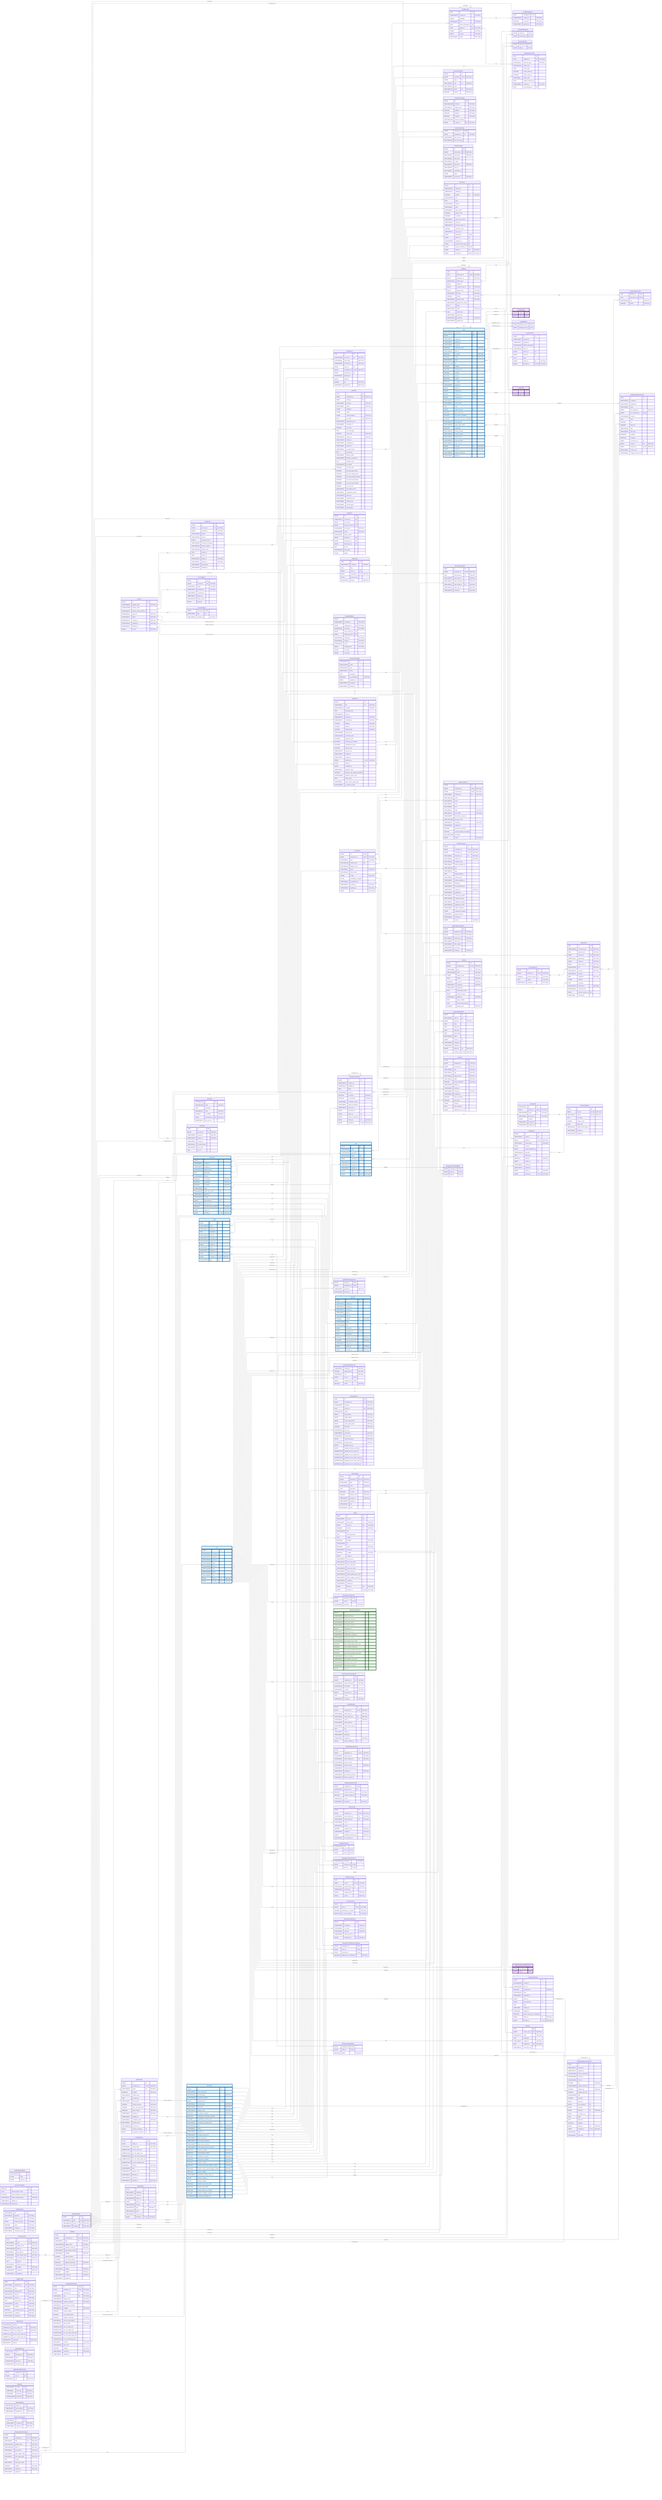
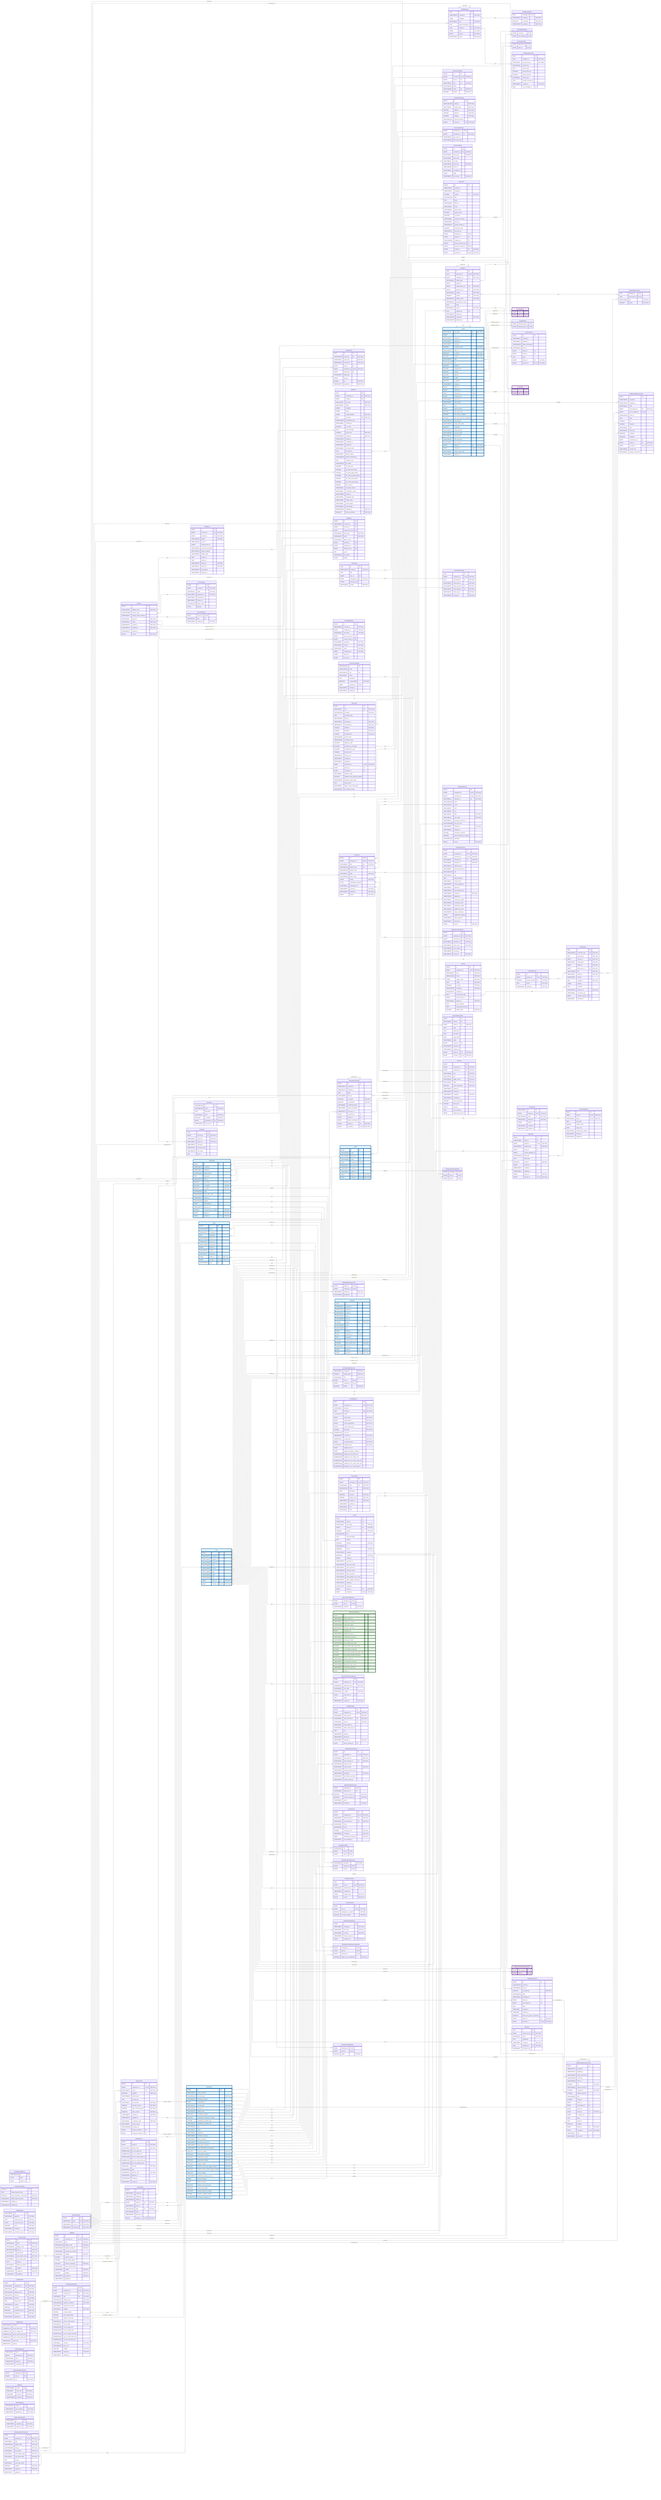
---
config:
    layout: elk
---
erDiagram
    %% Generated automatically from PostgreSQL database schema
    %% using scripts/generate-mermaid-erd.ts
    %% To regenerate: pnpm run db:generate-erd-docs

    direction LR

    Account {
        BIGINT id PK
        VARCHAR(255) display_name "NOT NULL"
        USER-DEFINED primary_email
        TIMESTAMPTZ primary_email_verified_at
        VARCHAR(16) app_role "NOT NULL"
        VARCHAR(16) status "NOT NULL"
        TIMESTAMPTZ created_at "NOT NULL"
        TIMESTAMPTZ updated_at "NOT NULL"
        TIMESTAMPTZ deleted_at
        BIGINT version "NOT NULL"
    }

    AccountExport {
        BIGINT id PK
        BIGINT account_id FK "NOT NULL"
        VARCHAR(16) status "NOT NULL"
        TIMESTAMPTZ requested_at "NOT NULL"
        TIMESTAMPTZ completed_at
        TIMESTAMPTZ expires_at
        VARCHAR(128) failure_reason
        BYTEA payload
    }

    AccountFeature {
        BIGINT account_id PK,FK
        VARCHAR(64) flag PK
        TIMESTAMPTZ enabled_at "NOT NULL"
    }

    ActivityEvent {
        UUID id PK
        VARCHAR(255) event_key UK "NOT NULL"
        VARCHAR(64) event_type "NOT NULL"
        TIMESTAMPTZ occurred_at "NOT NULL"
        BIGINT actor_id FK
        BIGINT workspace_id FK,UK "NOT NULL"
        BIGINT repository_id FK
        VARCHAR(32) target_type
        BIGINT target_id
        DOUBLE xp "NOT NULL"
        TIMESTAMPTZ ingested_at "NOT NULL"
    }

    AgentConfig {
        BIGINT id PK
        BIGINT workspace_id FK,UK "NOT NULL"
        VARCHAR(100) name UK "NOT NULL"
        BOOLEAN enabled "NOT NULL"
        VARCHAR(128) model_name
        TEXT llm_api_key
        VARCHAR(32) llm_provider "NOT NULL"
        INTEGER timeout_seconds "NOT NULL"
        INTEGER max_concurrent_jobs "NOT NULL"
        BOOLEAN allow_internet "NOT NULL"
        TIMESTAMPTZ created_at "NOT NULL"
        TIMESTAMPTZ updated_at
        VARCHAR(16) credential_mode "NOT NULL"
        VARCHAR(50) model_version
        VARCHAR(2048) llm_base_url
        BIGINT instance_model_id FK
        BIGINT workspace_model_id FK
    }

    AgentJob {
        UUID id PK
        BIGINT workspace_id FK "NOT NULL"
        BIGINT config_id FK
        VARCHAR(50) job_type "NOT NULL"
        VARCHAR(20) status "NOT NULL"
        JSONB metadata
        JSONB output
        JSONB config_snapshot "NOT NULL"
        TEXT job_token UK "NOT NULL"
        VARCHAR(255) idempotency_key
        VARCHAR(64) container_id
        INTEGER exit_code
        TEXT error_message
        INTEGER retry_count "NOT NULL"
        TIMESTAMPTZ created_at "NOT NULL"
        TIMESTAMPTZ started_at
        TIMESTAMPTZ completed_at
        VARCHAR(64) network_id
        VARCHAR(64) job_token_hash
        TEXT llm_api_key
        VARCHAR(20) delivery_status
        VARCHAR(255) delivery_comment_id
        TEXT container_logs
        VARCHAR(100) llm_model
        INTEGER llm_total_calls
        INTEGER llm_total_input_tokens
        INTEGER llm_total_output_tokens
        INTEGER llm_total_reasoning_tokens
        INTEGER llm_cache_read_tokens
        INTEGER llm_cache_write_tokens
        DOUBLE llm_cost_usd
        VARCHAR(50) llm_model_version
        VARCHAR(32) cancellation_reason
        VARCHAR(255) worker_id
        VARCHAR(48) integration_kind
        VARCHAR(48) subject_class
        VARCHAR(64) prompt_digest
        VARCHAR(64) inputs_digest
+         TIMESTAMPTZ available_at "NOT NULL"
+         SMALLINT delivery_attempts "NOT NULL"
    }

    AuthEvent {
        BIGINT id PK
        TIMESTAMPTZ occurred_at PK
        BIGINT account_id FK
        BIGINT acting_account_id FK
        VARCHAR(48) event_type "NOT NULL"
        VARCHAR(16) result "NOT NULL"
        VARCHAR(64) failure_reason
        BIGINT provider_id FK
        BIGINT workspace_id FK
        BIGINT identity_link_id FK
        INET ip_inet
        VARCHAR(512) user_agent
        JSONB details
    }

    AuthRateLimitBucket {
        VARCHAR(255) id PK
        BYTEA state
        BIGINT expires_at
    }

    ChatMessage {
        UUID id PK
        TIMESTAMPTZ created_at "NOT NULL"
        JSONB metadata
        VARCHAR(16) role "NOT NULL"
        UUID parent_message_id FK
        UUID thread_id FK "NOT NULL"
        JSONB parts "NOT NULL"
        BIGINT version "NOT NULL"
        VARCHAR(16) status "NOT NULL"
    }

    ChatMessageVote {
        UUID message_id PK,FK
        TIMESTAMPTZ created_at "NOT NULL"
        BOOLEAN is_upvoted "NOT NULL"
        TIMESTAMPTZ updated_at "NOT NULL"
    }

    ChatThread {
        UUID id PK
        TIMESTAMPTZ created_at "NOT NULL"
        TEXT title
        BIGINT user_id FK
        BIGINT workspace_id FK "NOT NULL"
        BYTEA session_jsonl
        VARCHAR(16) surface "NOT NULL"
    }

    CommitContributor {
        BIGINT id PK
        BIGINT commit_id FK,UK "NOT NULL"
        BIGINT user_id FK
        VARCHAR(32) role UK "NOT NULL"
        VARCHAR(255) name
        VARCHAR(255) email UK "NOT NULL"
        INTEGER ordinal "NOT NULL"
    }

    CommitFileChange {
        BIGINT id PK
        VARCHAR(1024) filename "NOT NULL"
        VARCHAR(32) change_type "NOT NULL"
        INTEGER additions "NOT NULL"
        INTEGER deletions "NOT NULL"
        INTEGER changes "NOT NULL"
        VARCHAR(1024) previous_filename
        BIGINT commit_id FK "NOT NULL"
    }

    CommitPullRequest {
        BIGINT commit_id PK,FK
        BIGINT pull_request_id PK,FK
    }

    ConfigAuditEvent {
        BIGINT id PK
        TIMESTAMPTZ occurred_at "NOT NULL"
        BIGINT workspace_id FK "NOT NULL"
        VARCHAR(16) actor_kind "NOT NULL"
        BIGINT actor_account_id FK
        BIGINT acting_account_id FK
        VARCHAR(48) entity_type "NOT NULL"
        VARCHAR(64) entity_id "NOT NULL"
        VARCHAR(16) action "NOT NULL"
        ARRAY changed_keys "NOT NULL"
        JSONB old_value
        JSONB new_value
    }

    Connection {
        BIGINT id PK,UK
        BIGINT workspace_id FK,UK "NOT NULL"
        VARCHAR(48) kind UK "NOT NULL"
        VARCHAR(128) instance_key UK
        VARCHAR(256) display_name
        VARCHAR(32) state "NOT NULL"
        VARCHAR(512) state_reason
        JSONB config "NOT NULL"
        BYTEA credentials_encrypted
        VARCHAR(64) credentials_alg
        TIMESTAMPTZ created_at "NOT NULL"
        TIMESTAMPTZ updated_at "NOT NULL"
        BIGINT version "NOT NULL"
    }

    ConnectionActivity {
        BIGINT connection_id PK,FK
        BIGINT workspace_id FK "NOT NULL"
        TIMESTAMPTZ last_event_at
        VARCHAR(128) last_event_type
    }

    ConnectionAudit {
        BIGINT id PK
        BIGINT connection_id FK "NOT NULL"
        VARCHAR(48) event_type "NOT NULL"
        VARCHAR(32) from_state
        VARCHAR(32) to_state
        VARCHAR(32) actor_kind "NOT NULL"
        VARCHAR(256) actor_ref
        VARCHAR(64) correlation_id
        JSONB detail
        TIMESTAMPTZ occurred_at "NOT NULL"
    }

    Discussion {
        BIGINT id PK
        TIMESTAMPTZ created_at
        TIMESTAMPTZ updated_at
        INTEGER number UK "NOT NULL"
        VARCHAR(1024) title
        TEXT body
        VARCHAR(512) html_url
        VARCHAR(16) state
        VARCHAR(32) state_reason
        INTEGER upvote_count
        BOOLEAN is_locked
        VARCHAR(32) active_lock_reason
        TIMESTAMPTZ closed_at
        TIMESTAMPTZ answer_chosen_at
        INTEGER comment_count
        TIMESTAMPTZ last_sync_at
        BIGINT repository_id FK,UK
        BIGINT author_id FK
        VARCHAR(128) category_id FK
        BIGINT answer_chosen_by_id FK
        BIGINT answer_comment_id FK,UK
        BIGINT native_id UK "NOT NULL"
        BIGINT provider_id FK,UK "NOT NULL"
    }

    DiscussionCategory {
        VARCHAR(128) id PK
        VARCHAR(255) name
        VARCHAR(128) slug UK
        VARCHAR(32) emoji
        TEXT description
        BOOLEAN is_answerable "NOT NULL"
        BIGINT repository_id FK,UK
        TIMESTAMPTZ created_at
        TIMESTAMPTZ updated_at
    }

    DiscussionComment {
        BIGINT id PK
        TIMESTAMPTZ created_at
        TIMESTAMPTZ updated_at
        TEXT body
        VARCHAR(512) html_url
        BOOLEAN is_answer "NOT NULL"
        BOOLEAN is_minimized "NOT NULL"
        VARCHAR(64) minimized_reason
        VARCHAR(32) author_association
        TIMESTAMPTZ last_sync_at
        BIGINT discussion_id FK
        BIGINT author_id FK
        BIGINT parent_comment_id FK
        BIGINT native_id UK "NOT NULL"
        BIGINT provider_id FK,UK "NOT NULL"
    }

    DiscussionLabel {
        BIGINT discussion_id PK,FK
        BIGINT label_id PK,FK
    }

    Feedback {
        UUID id PK
        UUID agent_job_id FK,UK "NOT NULL"
        BIGINT workspace_id FK "NOT NULL"
        VARCHAR(32) artifact_type
        BIGINT artifact_id
        BIGINT recipient_user_id FK "NOT NULL"
        BIGINT about_user_id FK "NOT NULL"
        VARCHAR(32) channel "NOT NULL"
        INTEGER position UK "NOT NULL"
        VARCHAR(16) delivery_state "NOT NULL"
        VARCHAR(32) suppression_reason
        TEXT body
        VARCHAR(16) source "NOT NULL"
        UUID replaces_id FK
        VARCHAR(64) thread_key
        TIMESTAMPTZ created_at "NOT NULL"
        TIMESTAMPTZ delivered_at
    }

    FeedbackObservation {
        UUID feedback_id PK,FK
        UUID observation_id PK,FK
        VARCHAR(16) role "NOT NULL"
        INTEGER ordinal "NOT NULL"
    }

    FeedbackPlacement {
        UUID id PK
        UUID feedback_id FK "NOT NULL"
        VARCHAR(32) placement_type "NOT NULL"
        VARCHAR(16) anchor_kind
        TEXT anchor_path
        INTEGER anchor_start_line
        INTEGER anchor_end_line
        VARCHAR(8) anchor_side
        TEXT posted_comment_ref
        TIMESTAMPTZ created_at "NOT NULL"
        UUID chat_message_id FK
    }

    GitCommit {
        BIGINT id PK
        VARCHAR(40) sha UK "NOT NULL"
        VARCHAR(1024) message "NOT NULL"
        TEXT message_body
        VARCHAR(512) html_url
        TIMESTAMPTZ authored_at "NOT NULL"
        TIMESTAMPTZ committed_at "NOT NULL"
        INTEGER additions "NOT NULL"
        INTEGER deletions "NOT NULL"
        INTEGER changed_files "NOT NULL"
        VARCHAR(255) author_email
        VARCHAR(255) committer_email
        BOOLEAN signature_valid
        BOOLEAN authored_by_committer
        BOOLEAN committed_via_web
        INTEGER parent_count
        TIMESTAMPTZ last_sync_at
        TIMESTAMPTZ created_at
        TIMESTAMPTZ updated_at
        BIGINT repository_id FK,UK "NOT NULL"
        BIGINT author_id FK
        BIGINT committer_id FK
        VARCHAR(32) signature_state
        BOOLEAN signature_was_signed_by_github
        VARCHAR(255) signature_signer_login
        TEXT parent_shas
        VARCHAR(32) status_check_rollup_state
        VARCHAR(255) on_behalf_of_login
    }

    IdentityLink {
        BIGINT id PK
        BIGINT account_id FK "NOT NULL"
        BIGINT provider_id FK "NOT NULL"
        VARCHAR(255) subject "NOT NULL"
        VARCHAR(255) team_id
        BIGINT external_actor_id
        VARCHAR(255) username_at_signup
        VARCHAR(320) email_at_signup
        VARCHAR(255) display_name
        TEXT avatar_url
        TEXT profile_url
        TIMESTAMPTZ linked_at "NOT NULL"
        VARCHAR(16) linked_via "NOT NULL"
        TIMESTAMPTZ last_login_at
        TIMESTAMPTZ disabled_at
    }

    IdentityProvider {
        BIGINT id PK
        VARCHAR(10) type UK "NOT NULL"
        VARCHAR(512) server_url UK "NOT NULL"
        TIMESTAMPTZ created_at "NOT NULL"
    }

    InstanceLlmSetting {
        SMALLINT id PK
        TEXT allowed_egress_hosts
        BOOLEAN allow_workspace_connections "NOT NULL"
        VARCHAR(16) default_unpriced_policy "NOT NULL"
        TIMESTAMPTZ updated_at
        VARCHAR(255) updated_by
    }

    Issue {
        VARCHAR(31) issue_type UK "NOT NULL"
        BIGINT id PK
        TIMESTAMPTZ created_at
        TIMESTAMPTZ updated_at
        TIMESTAMPTZ closed_at
        INTEGER comments_count "NOT NULL"
        VARCHAR(255) html_url
        BOOLEAN is_locked "NOT NULL"
        INTEGER number UK "NOT NULL"
        VARCHAR(255) state
        VARCHAR(1024) title
        INTEGER additions
        INTEGER changed_files
        INTEGER commits
        INTEGER deletions
        BOOLEAN is_draft
        BOOLEAN is_merged
        TIMESTAMPTZ merged_at
        BIGINT author_id FK
        BIGINT milestone_id FK
        BIGINT repository_id FK,UK
        BIGINT merged_by_id FK
        TIMESTAMPTZ last_sync_at
        VARCHAR(32) state_reason
        TEXT body
        BIGINT parent_issue_id FK
        INTEGER sub_issues_total
        INTEGER sub_issues_completed
        INTEGER sub_issues_percent_completed
        VARCHAR(128) issue_type_id FK
        VARCHAR(255) merge_state_status
        BOOLEAN mergeable
        VARCHAR(255) review_decision
        VARCHAR(255) head_ref_name
        VARCHAR(40) head_ref_oid
        VARCHAR(255) base_ref_name
        VARCHAR(40) base_ref_oid
        BIGINT native_id UK "NOT NULL"
        BIGINT provider_id FK,UK "NOT NULL"
        VARCHAR(40) merge_commit_sha
        TIMESTAMPTZ deleted_at
    }

    IssueAssignee {
        BIGINT issue_id PK,FK
        BIGINT user_id PK,FK
    }

    IssueBlocking {
        BIGINT blocked_issue_id PK,FK
        BIGINT blocking_issue_id PK,FK
    }

    IssueComment {
        BIGINT id PK
        TIMESTAMPTZ created_at
        TIMESTAMPTZ updated_at
        VARCHAR(255) author_association
        VARCHAR(255) html_url
        BIGINT author_id FK
        BIGINT issue_id FK
        TEXT body
        BIGINT native_id UK "NOT NULL"
        BIGINT provider_id FK,UK "NOT NULL"
    }

    IssueLabel {
        BIGINT issue_id PK,FK
        BIGINT label_id PK,FK
    }

    IssueType {
        VARCHAR(128) id PK
        VARCHAR(128) name "NOT NULL"
        TEXT description
        VARCHAR(20) color "NOT NULL"
        BOOLEAN is_enabled "NOT NULL"
        BIGINT organization_id FK "NOT NULL"
        TIMESTAMPTZ last_sync_at
    }

    IssuedJwt {
        UUID jti PK
        BIGINT account_id FK "NOT NULL"
        TIMESTAMPTZ issued_at "NOT NULL"
        TIMESTAMPTZ expires_at "NOT NULL"
        TIMESTAMPTZ revoked_at
        VARCHAR(32) revoked_reason
        VARCHAR(512) user_agent
        INET ip_inet
    }

    JwtSigningKey {
        VARCHAR(64) kid PK
        VARCHAR(16) algorithm "NOT NULL"
        TEXT public_key_pem "NOT NULL"
        BYTEA private_key_pem "NOT NULL"
        BOOLEAN active "NOT NULL"
        TIMESTAMPTZ created_at "NOT NULL"
        VARCHAR(64) encryption_key_id "NOT NULL"
    }

    Label {
        BIGINT id PK
        VARCHAR(255) color
        VARCHAR(255) description
        VARCHAR(255) name UK
        BIGINT repository_id FK,UK
        TIMESTAMPTZ last_sync_at
        TIMESTAMPTZ created_at
        TIMESTAMPTZ updated_at
        BIGINT native_id UK "NOT NULL"
        BIGINT provider_id FK,UK "NOT NULL"
    }

    LlmConnection {
        BIGINT id PK
        VARCHAR(64) slug UK "NOT NULL"
        VARCHAR(128) display_name "NOT NULL"
        VARCHAR(2048) base_url "NOT NULL"
        VARCHAR(40) api_protocol "NOT NULL"
        VARCHAR(64) auth_header_name "NOT NULL"
        VARCHAR(16) auth_value_prefix "NOT NULL"
        TEXT api_key
        VARCHAR(32) azure_api_version
        BOOLEAN enabled "NOT NULL"
        TIMESTAMPTZ created_at "NOT NULL"
        TIMESTAMPTZ updated_at
    }

    LlmModel {
        BIGINT id PK
        BIGINT connection_id FK,UK "NOT NULL"
        VARCHAR(64) slug UK "NOT NULL"
        VARCHAR(128) display_name "NOT NULL"
        VARCHAR(256) upstream_model_id "NOT NULL"
        VARCHAR(40) api_protocol_override
        VARCHAR(16) modality "NOT NULL"
        INTEGER context_window
        INTEGER max_output_tokens
        BOOLEAN supports_reasoning "NOT NULL"
        VARCHAR(16) cache_control_format
        VARCHAR(16) visibility "NOT NULL"
        BOOLEAN enabled "NOT NULL"
        TIMESTAMPTZ created_at "NOT NULL"
        TIMESTAMPTZ updated_at
    }

    LlmModelPrice {
        BIGINT id PK
        BIGINT model_id FK "NOT NULL"
        VARCHAR(16) pricing_mode "NOT NULL"
        NUMERIC(18,8) per_1m_input_usd
        NUMERIC(18,8) per_1m_output_usd
        NUMERIC(18,8) per_1m_cache_read_usd
        NUMERIC(18,8) per_1m_cache_write_usd
        NUMERIC(18,8) per_1m_reasoning_usd
        VARCHAR(3) currency "NOT NULL"
        VARCHAR(500) note
        TIMESTAMPTZ effective_from "NOT NULL"
        TIMESTAMPTZ effective_to
        VARCHAR(255) created_by
        TIMESTAMPTZ created_at "NOT NULL"
    }

    LlmModelWorkspaceGrant {
        BIGINT model_id PK,FK
        BIGINT workspace_id PK,FK
        TIMESTAMPTZ granted_at "NOT NULL"
        VARCHAR(255) granted_by
    }

    LlmUsageEvent {
        UUID id PK
        BIGINT workspace_id FK "NOT NULL"
        VARCHAR(40) job_type "NOT NULL"
        UUID source_id UK "NOT NULL"
        VARCHAR(128) model
        BIGINT input_tokens "NOT NULL"
        BIGINT output_tokens "NOT NULL"
        BIGINT cache_read_tokens "NOT NULL"
        BIGINT cache_write_tokens "NOT NULL"
        INTEGER total_calls "NOT NULL"
-         NUMERIC(12,6) cost_usd
+         NUMERIC(18,6) cost_usd
        TIMESTAMPTZ occurred_at "NOT NULL"
        VARCHAR(16) pricing_state "NOT NULL"
        BIGINT reasoning_tokens "NOT NULL"
        VARCHAR(16) funding_source "NOT NULL"
        BIGINT applied_price_id
        BIGINT applied_workspace_model_id
        NUMERIC(18,8) applied_per_1m_input_usd
        NUMERIC(18,8) applied_per_1m_output_usd
        NUMERIC(18,8) applied_per_1m_cache_read_usd
        NUMERIC(18,8) applied_per_1m_cache_write_usd
        NUMERIC(18,8) applied_per_1m_reasoning_usd
    }

    LoginProvider {
        BIGINT id PK
        VARCHAR(64) registration_id UK "NOT NULL"
        VARCHAR(10) type UK "NOT NULL"
        VARCHAR(255) display_name "NOT NULL"
        VARCHAR(512) base_url UK "NOT NULL"
        VARCHAR(512) client_id "NOT NULL"
        TEXT client_secret "NOT NULL"
        VARCHAR(512) scopes "NOT NULL"
        BOOLEAN enabled "NOT NULL"
        BOOLEAN seeded_from_env "NOT NULL"
        TIMESTAMPTZ created_at "NOT NULL"
        TIMESTAMPTZ updated_at "NOT NULL"
    }

    MentorSlackThread {
        UUID id PK
        BIGINT workspace_id FK,UK "NOT NULL"
        UUID chat_thread_id FK "NOT NULL"
        VARCHAR(32) slack_team_id "NOT NULL"
        VARCHAR(32) slack_channel_id UK "NOT NULL"
        VARCHAR(32) slack_thread_ts UK "NOT NULL"
        VARCHAR(32) slack_user_id "NOT NULL"
        TIMESTAMPTZ created_at "NOT NULL"
    }

    Milestone {
        BIGINT id PK
        TIMESTAMPTZ created_at
        TIMESTAMPTZ updated_at
        TIMESTAMPTZ closed_at
        TIMESTAMPTZ due_on
        VARCHAR(255) html_url
        INTEGER number UK "NOT NULL"
        VARCHAR(255) state
        VARCHAR(255) title
        BIGINT creator_id FK
        BIGINT repository_id FK,UK
        TEXT description
        INTEGER closed_issues_count "NOT NULL"
        INTEGER open_issues_count "NOT NULL"
        TIMESTAMPTZ last_sync_at
        BIGINT native_id UK "NOT NULL"
        BIGINT provider_id FK,UK "NOT NULL"
    }

    ModelPricing {
        VARCHAR(128) model_id PK
        NUMERIC(12,6) per_1k_input_usd "NOT NULL"
        NUMERIC(12,6) per_1k_output_usd "NOT NULL"
        NUMERIC(12,6) per_1k_cache_read_usd
        NUMERIC(12,6) per_1k_cache_write_usd
        TIMESTAMPTZ valid_from "NOT NULL"
        TIMESTAMPTZ valid_to
    }

    OauthStateNonce {
        VARCHAR(32) nonce PK
        BIGINT workspace_id "NOT NULL"
        VARCHAR(48) kind "NOT NULL"
        TIMESTAMPTZ issued_at "NOT NULL"
        TIMESTAMPTZ consumed_at
    }

    Observation {
        UUID id PK
        VARCHAR(255) occurrence_key UK "NOT NULL"
        UUID agent_job_id "NOT NULL"
        BIGINT practice_id FK "NOT NULL"
        VARCHAR(32) artifact_type "NOT NULL"
        BIGINT artifact_id "NOT NULL"
        BIGINT about_user_id FK "NOT NULL"
        VARCHAR(255) title "NOT NULL"
        VARCHAR(16) presence "NOT NULL"
        VARCHAR(16) severity
        REAL confidence "NOT NULL"
        JSONB evidence
        TEXT reasoning
        TIMESTAMPTZ observed_at "NOT NULL"
        VARCHAR(64) recurrence_key
        BIGINT practice_revision_id FK
        VARCHAR(8) assessment
    }

    Organization {
        BIGINT id PK
        TIMESTAMPTZ created_at
        TIMESTAMPTZ updated_at
        VARCHAR(255) avatar_url
        BIGINT native_id UK "NOT NULL"
        VARCHAR(255) html_url
        VARCHAR(255) login UK "NOT NULL"
        VARCHAR(255) name
        TIMESTAMPTZ last_sync_at
        BIGINT provider_id FK,UK "NOT NULL"
    }

    OrganizationMembership {
        BIGINT organization_id PK
        BIGINT user_id PK
        VARCHAR(32) role "NOT NULL"
    }

    OutlineCollection {
        BIGINT id PK
        BIGINT workspace_id FK,UK "NOT NULL"
        BIGINT connection_id FK,UK "NOT NULL"
        VARCHAR(64) collection_id UK "NOT NULL"
        VARCHAR(1024) name
        VARCHAR(512) url_id
        VARCHAR(32) color
        VARCHAR(64) icon
        VARCHAR(16) state "NOT NULL"
        VARCHAR(16) sync_status "NOT NULL"
        TIMESTAMPTZ documents_synced_at
        VARCHAR(2048) last_sync_error
        TIMESTAMPTZ created_at "NOT NULL"
        TIMESTAMPTZ updated_at
        INTEGER documents_upstream
        INTEGER exports_skipped_for_budget
        VARCHAR(2048) description
        BIGINT version "NOT NULL"
    }

    OutlineDocument {
        BIGINT id PK
        BIGINT workspace_id FK,UK "NOT NULL"
        BIGINT connection_id FK,UK "NOT NULL"
        VARCHAR(64) document_id UK "NOT NULL"
        VARCHAR(64) collection_id "NOT NULL"
        VARCHAR(512) collection_slug
        VARCHAR(64) parent_document_id
        VARCHAR(1024) title
        VARCHAR(512) slug
        TEXT body_markdown
        VARCHAR(64) content_hash
        TIMESTAMPTZ outline_updated_at
        TIMESTAMPTZ deleted_at
        TIMESTAMPTZ last_materialized_at
        TIMESTAMPTZ created_at "NOT NULL"
        TIMESTAMPTZ updated_at
        VARCHAR(64) created_by_subject
        VARCHAR(255) created_by_name
        VARCHAR(64) updated_by_subject
        VARCHAR(255) updated_by_name
        TIMESTAMPTZ outline_created_at
        JSONB collaborator_subjects
        TIMESTAMPTZ body_evicted_at
        TIMESTAMPTZ archived_at
        BIGINT version "NOT NULL"
    }

    OutlineDocumentEvent {
        BIGINT id PK
        BIGINT workspace_id FK "NOT NULL"
        BIGINT connection_id FK "NOT NULL"
        VARCHAR(64) document_id "NOT NULL"
        VARCHAR(64) event_name "NOT NULL"
        VARCHAR(64) actor_subject
        TIMESTAMPTZ occurred_at
        TIMESTAMPTZ created_at "NOT NULL"
    }

    Practice {
        BIGINT id PK
        BIGINT workspace_id FK,UK "NOT NULL"
        VARCHAR(64) slug UK "NOT NULL"
        VARCHAR(128) name "NOT NULL"
        JSONB trigger_events "NOT NULL"
        TEXT criteria "NOT NULL"
        BOOLEAN is_active "NOT NULL"
        TIMESTAMPTZ created_at "NOT NULL"
        TIMESTAMPTZ updated_at
        TEXT precompute_script
        BIGINT practice_area_id FK
        VARCHAR(32) applies_to "NOT NULL"
        TEXT why_it_matters
        TEXT what_good_looks_like
        INTEGER display_order "NOT NULL"
    }

    PracticeArea {
        BIGINT id PK
        BIGINT workspace_id FK,UK "NOT NULL"
        VARCHAR(64) slug UK "NOT NULL"
        VARCHAR(128) name "NOT NULL"
        TEXT description
        BOOLEAN is_active "NOT NULL"
        INTEGER display_order "NOT NULL"
        TIMESTAMPTZ created_at "NOT NULL"
        TIMESTAMPTZ updated_at
        VARCHAR(64) icon
        VARCHAR(32) color
    }

    PracticeRevision {
        BIGINT id PK
        BIGINT practice_id FK,UK "NOT NULL"
        INTEGER revision_number UK "NOT NULL"
        TEXT criteria "NOT NULL"
        TIMESTAMPTZ created_at "NOT NULL"
    }

    Project {
        BIGINT id PK
        VARCHAR(64) node_id UK
        VARCHAR(32) owner_type UK "NOT NULL"
        BIGINT owner_id UK "NOT NULL"
        INTEGER number UK "NOT NULL"
        VARCHAR(256) title
        TEXT short_description
        TEXT readme
        BOOLEAN template "NOT NULL"
        VARCHAR(512) url
        BOOLEAN closed "NOT NULL"
        TIMESTAMPTZ closed_at
        BOOLEAN is_public "NOT NULL"
        BIGINT creator_id FK
        TIMESTAMPTZ last_sync_at
        VARCHAR(256) item_sync_cursor
        TIMESTAMPTZ items_synced_at
        VARCHAR(256) field_sync_cursor
        TIMESTAMPTZ fields_synced_at
        VARCHAR(256) status_update_sync_cursor
        TIMESTAMPTZ status_updates_synced_at
        TIMESTAMPTZ created_at
        TIMESTAMPTZ updated_at
        BIGINT native_id UK "NOT NULL"
        BIGINT provider_id FK,UK "NOT NULL"
    }

    ProjectField {
        VARCHAR(64) id PK
        BIGINT project_id FK,UK "NOT NULL"
        VARCHAR(256) name UK "NOT NULL"
        VARCHAR(32) data_type "NOT NULL"
        JSONB options
        TIMESTAMPTZ created_at
        TIMESTAMPTZ updated_at
    }

    ProjectFieldValue {
        BIGINT id PK
        BIGINT item_id FK,UK "NOT NULL"
        VARCHAR(64) field_id FK,UK "NOT NULL"
        TEXT text_value
        DOUBLE number_value
        DATE date_value
        VARCHAR(64) single_select_option_id
        VARCHAR(64) iteration_id
        TIMESTAMPTZ updated_at
    }

    ProjectItem {
        BIGINT id PK
        VARCHAR(64) node_id UK
        BIGINT project_id FK,UK "NOT NULL"
        VARCHAR(32) content_type "NOT NULL"
        BIGINT issue_id FK
        BIGINT content_database_id
        VARCHAR(1024) draft_title
        TEXT draft_body
        BOOLEAN archived "NOT NULL"
        BIGINT creator_id FK
        TIMESTAMPTZ created_at
        TIMESTAMPTZ updated_at
        BIGINT native_id UK "NOT NULL"
        BIGINT provider_id FK,UK "NOT NULL"
    }

    ProjectStatusUpdate {
        BIGINT id PK
        VARCHAR(64) node_id UK
        BIGINT project_id FK "NOT NULL"
        TEXT body
        TEXT body_html
        DATE start_date
        DATE target_date
        VARCHAR(32) status
        BIGINT creator_id FK
        TIMESTAMPTZ created_at
        TIMESTAMPTZ updated_at
        BIGINT native_id UK "NOT NULL"
        BIGINT provider_id FK,UK "NOT NULL"
    }

    PullRequestRequestedReviewer {
        BIGINT pull_request_id PK,FK
        BIGINT user_id PK,FK
    }

    PullRequestReview {
        BIGINT id PK
        VARCHAR(255) commit_id
        VARCHAR(255) html_url
        BOOLEAN is_dismissed "NOT NULL"
        VARCHAR(255) state
        TIMESTAMPTZ submitted_at
        BIGINT author_id FK
        BIGINT pull_request_id FK
        TEXT body
        TIMESTAMP created_at
        TIMESTAMP updated_at
        BOOLEAN author_can_push_to_repository
        BIGINT native_id UK "NOT NULL"
        BIGINT provider_id FK,UK "NOT NULL"
    }

    PullRequestReviewComment {
        BIGINT id PK
        TIMESTAMPTZ created_at
        TIMESTAMPTZ updated_at
        VARCHAR(255) author_association
        VARCHAR(255) commit_id
        VARCHAR(255) html_url
        INTEGER line "NOT NULL"
        VARCHAR(255) original_commit_id
        INTEGER original_line "NOT NULL"
        INTEGER original_start_line
        VARCHAR(255) path
        INTEGER start_line
        BIGINT author_id FK
        BIGINT pull_request_id FK
        BIGINT review_id FK
        BIGINT thread_id FK "NOT NULL"
        BIGINT in_reply_to_id FK
        TEXT body
        TEXT diff_hunk
        BOOLEAN outdated
        BIGINT native_id UK "NOT NULL"
        BIGINT provider_id FK,UK "NOT NULL"
        VARCHAR(16) side
        VARCHAR(16) start_side
    }

    PullRequestReviewThread {
        BIGINT id PK
        TIMESTAMPTZ created_at
        TIMESTAMPTZ updated_at
        VARCHAR(20) state
        BIGINT pull_request_id FK "NOT NULL"
        BIGINT root_comment_id FK,UK
        VARCHAR(128) node_id
        TEXT path
        INTEGER line
        INTEGER start_line
        VARCHAR(16) side
        VARCHAR(16) start_side
        BOOLEAN outdated
        BOOLEAN collapsed
        BIGINT resolved_by_id FK
        BIGINT native_id UK "NOT NULL"
        BIGINT provider_id FK,UK "NOT NULL"
        VARCHAR(64) commit_sha
        VARCHAR(64) original_commit_sha
    }

    Reaction {
        UUID id PK
        BIGINT reactor_user_id FK "NOT NULL"
        VARCHAR(16) action "NOT NULL"
        TEXT explanation
        TIMESTAMPTZ created_at "NOT NULL"
        UUID feedback_id FK "NOT NULL"
        VARCHAR(64) recurrence_key
    }

    Repository {
        BIGINT id PK
        TIMESTAMPTZ created_at
        TIMESTAMPTZ updated_at
        VARCHAR(255) default_branch
        TEXT description
        VARCHAR(512) html_url
        BOOLEAN is_archived "NOT NULL"
        BOOLEAN is_disabled "NOT NULL"
        BOOLEAN is_private "NOT NULL"
        VARCHAR(255) name
        VARCHAR(150) name_with_owner UK
        TIMESTAMPTZ pushed_at
        VARCHAR(255) visibility
        BIGINT organization_id FK
        TIMESTAMPTZ last_sync_at
        BOOLEAN has_discussions_enabled "NOT NULL"
        BIGINT native_id UK "NOT NULL"
        BIGINT provider_id FK,UK "NOT NULL"
    }

    RepositoryCollaborator {
        BIGINT repository_id PK,FK
        BIGINT user_id PK,FK
        VARCHAR(32) permission "NOT NULL"
    }

    RepositoryToMonitor {
        BIGINT id PK
        TIMESTAMPTZ labels_synced_at
        TIMESTAMPTZ milestones_synced_at
        VARCHAR(255) name_with_owner
        TIMESTAMPTZ repository_synced_at
        BIGINT workspace_id FK "NOT NULL"
        TIMESTAMPTZ backfill_last_run_at
        TIMESTAMPTZ collaborators_synced_at
        VARCHAR(255) issue_sync_cursor
        VARCHAR(255) pull_request_sync_cursor
        INTEGER issue_backfill_high_water_mark
        INTEGER issue_backfill_checkpoint
        INTEGER pull_request_backfill_high_water_mark
        INTEGER pull_request_backfill_checkpoint
        TIMESTAMPTZ issues_synced_at
        TIMESTAMPTZ pull_requests_synced_at
        VARCHAR(255) discussion_sync_cursor
        TIMESTAMPTZ discussions_synced_at
        BIGINT native_id
    }

    Shedlock {
        VARCHAR(64) name PK
        TIMESTAMP lock_until "NOT NULL"
        TIMESTAMP locked_at "NOT NULL"
        VARCHAR(255) locked_by "NOT NULL"
    }

    SlackChannelConsentEvent {
        BIGINT id PK
        BIGINT workspace_id FK "NOT NULL"
        VARCHAR(32) slack_channel_id "NOT NULL"
        VARCHAR(16) from_state
        VARCHAR(16) to_state "NOT NULL"
        BIGINT actor_user_id FK
        TEXT reason
        TIMESTAMPTZ created_at "NOT NULL"
    }

    SlackMessage {
        BIGINT id PK
        BIGINT workspace_id FK,UK "NOT NULL"
        VARCHAR(32) slack_team_id "NOT NULL"
        VARCHAR(32) slack_channel_id UK "NOT NULL"
        VARCHAR(32) slack_ts UK "NOT NULL"
        VARCHAR(32) slack_thread_ts
        VARCHAR(32) author_slack_user_id
        TEXT text
        TIMESTAMPTZ edited_at
        TIMESTAMPTZ deleted_at
        TIMESTAMPTZ ingested_at "NOT NULL"
        BIGINT author_member_id FK
    }

    SlackMonitoredChannel {
        BIGINT id PK
        BIGINT workspace_id FK,UK "NOT NULL"
        VARCHAR(32) slack_team_id "NOT NULL"
        VARCHAR(32) slack_channel_id UK "NOT NULL"
        VARCHAR(256) channel_name
        VARCHAR(16) consent_state "NOT NULL"
        TIMESTAMPTZ consent_announced_at
        TIMESTAMPTZ created_at "NOT NULL"
        VARCHAR(32) last_history_synced_ts
        TIMESTAMPTZ history_synced_at
    }

    SlackParticipantConsent {
        BIGINT workspace_id PK,FK
        VARCHAR(32) slack_user_id PK
        BOOLEAN ingestion_opted_out "NOT NULL"
        BOOLEAN research_opted_out "NOT NULL"
        VARCHAR(32) source
        TIMESTAMPTZ decided_at "NOT NULL"
    }

    SlackThread {
        BIGINT id PK
        BIGINT workspace_id FK,UK "NOT NULL"
        VARCHAR(32) slack_channel_id UK "NOT NULL"
        VARCHAR(32) slack_thread_ts UK "NOT NULL"
        VARCHAR(32) first_ts
        VARCHAR(32) last_ts
        INTEGER message_count "NOT NULL"
        TIMESTAMPTZ created_at "NOT NULL"
        ARRAY participant_member_ids "NOT NULL"
        VARCHAR(32) last_reviewed_ts
    }

    SyncJob {
        BIGINT id PK
        BIGINT workspace_id FK "NOT NULL"
        BIGINT connection_id FK "NOT NULL"
        VARCHAR(48) kind "NOT NULL"
        VARCHAR(32) type "NOT NULL"
        VARCHAR(32) trigger_source "NOT NULL"
        VARCHAR(32) status "NOT NULL"
        BOOLEAN cancel_requested "NOT NULL"
        TIMESTAMPTZ started_at
        TIMESTAMPTZ finished_at
        TIMESTAMPTZ created_at "NOT NULL"
        TIMESTAMPTZ heartbeat_at
        INTEGER items_processed
        INTEGER items_total
        JSONB progress
        TEXT error_summary
        BIGINT triggered_by_user_id
    }

    Team {
        BIGINT id PK
        VARCHAR(255) name
        TIMESTAMPTZ created_at
        TEXT description
        VARCHAR(512) html_url
        TIMESTAMPTZ last_sync_at
        VARCHAR(255) organization UK
        BIGINT parent_id
        VARCHAR(32) privacy
        TIMESTAMPTZ updated_at
        BIGINT native_id UK "NOT NULL"
        BIGINT provider_id FK,UK "NOT NULL"
        VARCHAR(512) slug UK
    }

    TeamMembership {
        VARCHAR(32) role
        BIGINT user_id PK,FK
        BIGINT team_id PK,FK
    }

    TeamRepositoryPermission {
        VARCHAR(32) permission "NOT NULL"
        BIGINT repository_id PK,FK
        BIGINT team_id PK,FK
    }

    User {
        BIGINT id PK
        TIMESTAMPTZ created_at
        TIMESTAMPTZ updated_at
        VARCHAR(255) avatar_url
        VARCHAR(255) email
        VARCHAR(255) html_url
        VARCHAR(255) login
        VARCHAR(255) name
        VARCHAR(255) type
        BIGINT native_id UK "NOT NULL"
        BIGINT provider_id FK,UK "NOT NULL"
    }

    UserAchievement {
        UUID id PK
        BIGINT user_id FK,UK "NOT NULL"
        VARCHAR(64) achievement_id UK "NOT NULL"
        TIMESTAMPTZ unlocked_at
        JSONB progress_data "NOT NULL"
        BIGINT version "NOT NULL"
    }

    UserPreference {
        BIGINT id PK
        BIGINT user_id FK,UK "NOT NULL"
        BOOLEAN participate_in_research "NOT NULL"
        BOOLEAN ai_review_enabled "NOT NULL"
    }

    WorkerRegistry {
        VARCHAR(255) worker_id PK
        TIMESTAMPTZ last_heartbeat "NOT NULL"
        TIMESTAMPTZ registered_at "NOT NULL"
    }

    WorkerTokenDenylist {
        VARCHAR(64) jti PK
        TIMESTAMPTZ revoked_at "NOT NULL"
        TIMESTAMPTZ expires_at "NOT NULL"
    }

    Workspace {
        BIGINT id PK
        TIMESTAMPTZ users_synced_at
        VARCHAR(120) account_login "NOT NULL"
        VARCHAR(255) repository_selection
        BIGINT organization_id FK,UK
        VARCHAR(10) account_type "NOT NULL"
        TIMESTAMPTZ created_at "NOT NULL"
        VARCHAR(120) display_name "NOT NULL"
        BOOLEAN is_publicly_viewable "NOT NULL"
        BOOLEAN leaderboard_notification_enabled
        INTEGER leaderboard_schedule_day
        VARCHAR(10) leaderboard_schedule_time
        VARCHAR(64) slug UK "NOT NULL"
        VARCHAR(20) status "NOT NULL"
        TIMESTAMPTZ updated_at
        TIMESTAMPTZ members_synced_at
        TIMESTAMPTZ teams_synced_at
        TIMESTAMPTZ sub_issues_synced_at
        TIMESTAMPTZ issue_types_synced_at
        TIMESTAMPTZ issue_dependencies_synced_at
        BOOLEAN practices_enabled "NOT NULL"
        BOOLEAN achievements_enabled "NOT NULL"
        BOOLEAN leaderboard_enabled "NOT NULL"
        BOOLEAN progression_enabled "NOT NULL"
        BOOLEAN leagues_enabled "NOT NULL"
        BOOLEAN practice_review_auto_trigger_enabled "NOT NULL"
        BOOLEAN practice_review_manual_trigger_enabled "NOT NULL"
        BOOLEAN mentor_enabled "NOT NULL"
        TIMESTAMPTZ leaderboard_league_cycle_at
        BIGINT practice_config_id FK
        BIGINT mentor_config_id FK
        BOOLEAN practice_run_for_all_users
        BOOLEAN practice_skip_drafts
        BOOLEAN practice_deliver_to_merged
        INTEGER practice_cooldown_minutes
        NUMERIC(10,2) monthly_llm_budget_usd
    }

    WorkspaceLlmConnection {
        BIGINT id PK,UK
        BIGINT workspace_id FK,UK "NOT NULL"
        VARCHAR(64) slug UK "NOT NULL"
        VARCHAR(128) display_name "NOT NULL"
        VARCHAR(2048) base_url "NOT NULL"
        VARCHAR(40) api_protocol "NOT NULL"
        VARCHAR(64) auth_header_name "NOT NULL"
        VARCHAR(16) auth_value_prefix "NOT NULL"
        TEXT api_key
        VARCHAR(32) azure_api_version
        BOOLEAN enabled "NOT NULL"
        TIMESTAMPTZ created_at "NOT NULL"
        TIMESTAMPTZ updated_at
    }

    WorkspaceLlmModel {
        BIGINT id PK,UK
        BIGINT workspace_id FK,UK "NOT NULL"
        BIGINT connection_id FK "NOT NULL"
        VARCHAR(64) slug UK "NOT NULL"
        VARCHAR(128) display_name "NOT NULL"
        VARCHAR(256) upstream_model_id "NOT NULL"
        VARCHAR(40) api_protocol_override
        VARCHAR(16) modality "NOT NULL"
        INTEGER context_window
        INTEGER max_output_tokens
        BOOLEAN supports_reasoning "NOT NULL"
        VARCHAR(16) cache_control_format
        VARCHAR(16) pricing_mode "NOT NULL"
        NUMERIC(18,8) per_1m_input_usd
        NUMERIC(18,8) per_1m_output_usd
        NUMERIC(18,8) per_1m_cache_read_usd
        NUMERIC(18,8) per_1m_cache_write_usd
        NUMERIC(18,8) per_1m_reasoning_usd
        VARCHAR(3) currency "NOT NULL"
        VARCHAR(500) price_note
        BOOLEAN enabled "NOT NULL"
        TIMESTAMPTZ created_at "NOT NULL"
        TIMESTAMPTZ updated_at
    }

    WorkspaceMembership {
        TIMESTAMPTZ created_at "NOT NULL"
        INTEGER league_points "NOT NULL"
        VARCHAR(16) role "NOT NULL"
        BIGINT user_id PK,FK
        BIGINT workspace_id PK,FK
        BOOLEAN hidden "NOT NULL"
    }

    WorkspaceSlugHistory {
        BIGINT id PK
        TIMESTAMPTZ changed_at "NOT NULL"
        VARCHAR(64) new_slug "NOT NULL"
        VARCHAR(64) old_slug "NOT NULL"
        TIMESTAMPTZ redirect_expires_at
        BIGINT workspace_id FK "NOT NULL"
    }

    WorkspaceTeamLabelFilter {
        BIGINT workspace_id PK,FK
        BIGINT team_id PK,FK
        BIGINT label_id PK,FK
    }

    WorkspaceTeamRepositorySetting {
        BIGINT workspace_id PK,FK
        BIGINT team_id PK,FK
        BIGINT repository_id PK,FK
        BOOLEAN hidden_from_contributions "NOT NULL"
    }

    WorkspaceTeamSetting {
        BIGINT workspace_id PK,FK
        BIGINT team_id PK,FK
        BOOLEAN hidden "NOT NULL"
    }

    %% Relationships
    %% One-to-One relationships
    Account ||--|| AccountFeature : has
    Workspace ||--|| ActivityEvent : has
    Workspace ||--|| AgentConfig : has
    WorkspaceLlmModel ||--|| AgentConfig : has
    ChatMessage ||--|| ChatMessageVote : has
    GitCommit ||--|| CommitContributor : has
    Workspace ||--|| Connection : has
    Repository ||--|| Discussion : has
    DiscussionComment ||--|| Discussion : references
    IdentityProvider ||--|| Discussion : references
    Repository ||--|| DiscussionCategory : has
    IdentityProvider ||--|| DiscussionComment : commented_on
    AgentJob ||--|| Feedback : has
    Repository ||--|| GitCommit : has
    Repository ||--|| Issue : has
    IdentityProvider ||--|| Issue : references
    IdentityProvider ||--|| IssueComment : commented_on
    Repository ||--|| Label : labeled
    IdentityProvider ||--|| Label : labeled
    LlmConnection ||--|| LlmModel : has
    Workspace ||--|| MentorSlackThread : has
    Repository ||--|| Milestone : has
    IdentityProvider ||--|| Milestone : references
    IdentityProvider ||--|| Organization : references
    Workspace ||--|| OutlineCollection : has
    Connection ||--|| OutlineCollection : has
    Workspace ||--|| OutlineDocument : has
    Connection ||--|| OutlineDocument : has
    Workspace ||--|| Practice : has
    Workspace ||--|| PracticeArea : has
    Practice ||--|| PracticeRevision : has
    IdentityProvider ||--|| Project : references
    Project ||--|| ProjectField : has
    ProjectItem ||--|| ProjectFieldValue : has
    ProjectField ||--|| ProjectFieldValue : has
    Project ||--|| ProjectItem : has
    IdentityProvider ||--|| ProjectItem : references
    IdentityProvider ||--|| ProjectStatusUpdate : references
    IdentityProvider ||--|| PullRequestReview : reviewed
    IdentityProvider ||--|| PullRequestReviewComment : commented_on
    PullRequestReviewComment ||--|| PullRequestReviewThread : reviewed
    IdentityProvider ||--|| PullRequestReviewThread : reviewed
    IdentityProvider ||--|| Repository : references
    Workspace ||--|| SlackMessage : has
    Workspace ||--|| SlackMonitoredChannel : has
    Workspace ||--|| SlackParticipantConsent : has
    Workspace ||--|| SlackThread : has
    IdentityProvider ||--|| Team : references
    IdentityProvider ||--|| User : references
    User ||--|| UserAchievement : has
    User ||--|| UserPreference : has
    Organization ||--|| Workspace : has
    Workspace ||--|| WorkspaceLlmConnection : has
    Workspace ||--|| WorkspaceLlmModel : has
    WorkspaceLlmConnection ||--|| WorkspaceLlmModel : has
    User ||--|| WorkspaceMembership : belongs_to
    Workspace ||--|| WorkspaceMembership : belongs_to

    %% One-to-Many relationships
    Account ||--o{ AccountExport : has
    User ||--o{ ActivityEvent : references
    Repository ||--o{ ActivityEvent : has
    LlmModel ||--o{ AgentConfig : references
    WorkspaceLlmModel ||--o{ AgentConfig : workspace_model_id
    WorkspaceLlmModel ||--o{ AgentConfig : workspace_model_id
    Workspace ||--o{ AgentJob : has
    AgentConfig ||--o{ AgentJob : has
    Account ||--o{ AuthEvent : account_id
    Account ||--o{ AuthEvent : acting_account_id
    IdentityProvider ||--o{ AuthEvent : references
    Workspace ||--o{ AuthEvent : has
    IdentityLink ||--o{ AuthEvent : has
    ChatMessage ||--o{ ChatMessage : references
    ChatThread ||--o{ ChatMessage : has
    User ||--o{ ChatThread : has
    Workspace ||--o{ ChatThread : has
    User ||--o{ CommitContributor : has
    GitCommit ||--o{ CommitFileChange : has
    Workspace ||--o{ ConfigAuditEvent : has
    Account ||--o{ ConfigAuditEvent : actor_account_id
    Account ||--o{ ConfigAuditEvent : acting_account_id
    Connection ||--o{ ConnectionAudit : has
    User ||--o{ Discussion : authored_by
    DiscussionCategory ||--o{ Discussion : has
    User ||--o{ Discussion : references
    Discussion ||--o{ DiscussionComment : commented_on
    User ||--o{ DiscussionComment : commented_on
    DiscussionComment ||--o{ DiscussionComment : commented_on
    Workspace ||--o{ Feedback : has
    User ||--o{ Feedback : recipient_user_id
    User ||--o{ Feedback : about_user_id
    Feedback ||--o{ Feedback : references
    Feedback ||--o{ FeedbackPlacement : has
    ChatMessage ||--o{ FeedbackPlacement : has
    User ||--o{ GitCommit : authored_by
    User ||--o{ GitCommit : references
    Account ||--o{ IdentityLink : has
    IdentityProvider ||--o{ IdentityLink : references
    User ||--o{ Issue : authored_by
    Milestone ||--o{ Issue : has
    User ||--o{ Issue : merged_by
    Issue ||--o{ Issue : has
    IssueType ||--o{ Issue : has
    User ||--o{ IssueComment : commented_on
    Issue ||--o{ IssueComment : commented_on
    Organization ||--o{ IssueType : has
    Account ||--o{ IssuedJwt : has
    LlmModel ||--o{ LlmModelPrice : has
    Workspace ||--o{ LlmUsageEvent : has
    ChatThread ||--o{ MentorSlackThread : has
    User ||--o{ Milestone : created_by
    Practice ||--o{ Observation : has
    User ||--o{ Observation : has
    PracticeRevision ||--o{ Observation : has
    Workspace ||--o{ OutlineDocumentEvent : has
    Connection ||--o{ OutlineDocumentEvent : has
    PracticeArea ||--o{ Practice : has
    User ||--o{ Project : created_by
    Issue ||--o{ ProjectItem : has
    User ||--o{ ProjectItem : created_by
    Project ||--o{ ProjectStatusUpdate : has
    User ||--o{ ProjectStatusUpdate : created_by
    User ||--o{ PullRequestReview : reviewed
    Issue ||--o{ PullRequestReview : reviewed
    User ||--o{ PullRequestReviewComment : commented_on
    Issue ||--o{ PullRequestReviewComment : commented_on
    PullRequestReview ||--o{ PullRequestReviewComment : commented_on
    PullRequestReviewThread ||--o{ PullRequestReviewComment : commented_on
    PullRequestReviewComment ||--o{ PullRequestReviewComment : commented_on
    Issue ||--o{ PullRequestReviewThread : reviewed
    User ||--o{ PullRequestReviewThread : reviewed
    User ||--o{ Reaction : has
    Feedback ||--o{ Reaction : has
    Organization ||--o{ Repository : has
    Workspace ||--o{ RepositoryToMonitor : monitors
    Workspace ||--o{ SlackChannelConsentEvent : has
    User ||--o{ SlackChannelConsentEvent : has
    User ||--o{ SlackMessage : authored_by
    Workspace ||--o{ SyncJob : has
    Connection ||--o{ SyncJob : references
    Connection ||--o{ SyncJob : connection_id
    Connection ||--o{ SyncJob : connection_id
    AgentConfig ||--o{ Workspace : practice_config_id
    AgentConfig ||--o{ Workspace : mentor_config_id
    WorkspaceLlmConnection ||--o{ WorkspaceLlmModel : connection_id
    WorkspaceLlmConnection ||--o{ WorkspaceLlmModel : connection_id
    Workspace ||--o{ WorkspaceSlugHistory : has

    %% Many-to-Many relationships
    GitCommit }o--o{ CommitPullRequest : has
    Issue }o--o{ CommitPullRequest : references
    Connection }o--o{ ConnectionActivity : has
    Workspace }o--o{ ConnectionActivity : has
    Discussion }o--o{ DiscussionLabel : labeled
    Label }o--o{ DiscussionLabel : labeled
    Feedback }o--o{ FeedbackObservation : has
    Observation }o--o{ FeedbackObservation : has
    Issue }o--o{ IssueAssignee : assigned_to
    User }o--o{ IssueAssignee : assigned_to
    Issue }o--o{ IssueBlocking : blocked_issue_id
    Issue }o--o{ IssueBlocking : blocking_issue_id
    Issue }o--o{ IssueLabel : labeled
    Label }o--o{ IssueLabel : labeled
    LlmModel }o--o{ LlmModelWorkspaceGrant : has
    Workspace }o--o{ LlmModelWorkspaceGrant : has
    Issue }o--o{ PullRequestRequestedReviewer : reviewed
    User }o--o{ PullRequestRequestedReviewer : reviewed
    Repository }o--o{ RepositoryCollaborator : has
    User }o--o{ RepositoryCollaborator : has
    User }o--o{ TeamMembership : belongs_to
    Team }o--o{ TeamMembership : belongs_to
    Repository }o--o{ TeamRepositoryPermission : has
    Team }o--o{ TeamRepositoryPermission : has
    Workspace }o--o{ WorkspaceTeamLabelFilter : labeled
    Team }o--o{ WorkspaceTeamLabelFilter : labeled
    Label }o--o{ WorkspaceTeamLabelFilter : labeled
    Workspace }o--o{ WorkspaceTeamRepositorySetting : has
    Team }o--o{ WorkspaceTeamRepositorySetting : has
    Repository }o--o{ WorkspaceTeamRepositorySetting : has
    Workspace }o--o{ WorkspaceTeamSetting : has
    Team }o--o{ WorkspaceTeamSetting : has

    %% Styling
    classDef primaryEntity fill:#e1f5fe,stroke:#01579b,stroke-width:2px
    classDef associationEntity fill:#f3e5f5,stroke:#4a148c,stroke-width:2px
    classDef metadataEntity fill:#e8f5e8,stroke:#1b5e20,stroke-width:2px

    class Issue primaryEntity
    class IssueAssignee associationEntity
    class IssueLabel associationEntity
    class Label primaryEntity
    class Milestone primaryEntity
    class PullRequestRequestedReviewer associationEntity
    class Repository primaryEntity
    class RepositoryToMonitor metadataEntity
    class Team primaryEntity
    class User primaryEntity
    class Workspace primaryEntity
